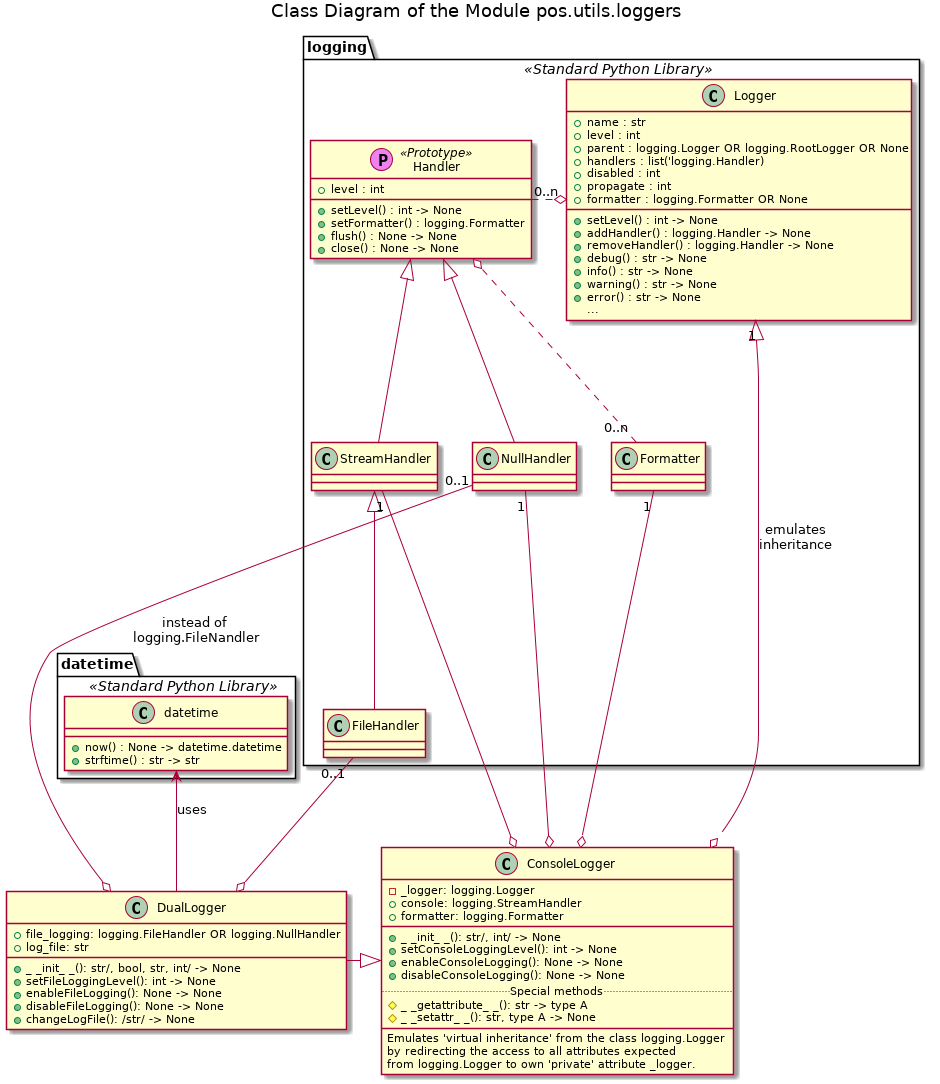
FooBarShebang/pos keeps this PlantUML diagram as Docs/UML/utils/loggers_py/loggers.py_Class_Diagram.png. Above is the earlier version. Its diagram source:
```plantuml
@startuml















title Class Diagram of the Module pos.utils.loggers


class ConsoleLogger {
    - _logger: logging.Logger
    + console: logging.StreamHandler
    + formatter: logging.Formatter
    __
    + _ _init_ _(): str/, int/ -> None
    + setConsoleLoggingLevel(): int -> None
    + enableConsoleLogging(): None -> None
    + disableConsoleLogging(): None -> None
    ..Special methods..
    # _ _getattribute_ _(): str -> type A
    # _ _setattr_ _(): str, type A -> None
    __
    Emulates 'virtual inheritance' from the class logging.Logger
    by redirecting the access to all attributes expected
    from logging.Logger to own 'private' attribute _logger.
}


class DualLogger {
    + file_logging: logging.FileHandler OR logging.NullHandler
    + log_file: str
    __
    + _ _init_ _(): str/, bool, str, int/ -> None
    + setFileLoggingLevel(): int -> None
    + enableFileLogging(): None -> None
    + disableFileLogging(): None -> None
    + changeLogFile(): /str/ -> None
}

namespace datetime <<Standard Python Library>> {
    class "datetime" as DT {
        ___
       + now() : None -> datetime.datetime
       + strftime() : str -> str
    }
}

namespace logging <<Standard Python Library>> {
    class Formatter

    class Handler <<(P, violet) Prototype>> {
    + level : int
    ___
    + setLevel() : int -> None
    + setFormatter() : logging.Formatter
    + flush() : None -> None
    + close() : None -> None
    }

    Handler o.. "0..n" Formatter

    class Logger {
     + name : str
     + level : int
     + parent : logging.Logger OR logging.RootLogger OR None
     {field} + handlers : list('logging.Handler)
     + disabled : int
     + propagate : int
     + formatter : logging.Formatter OR None
     ___
     + setLevel() : int -> None
     + addHandler() : logging.Handler -> None
     + removeHandler() : logging.Handler -> None
     + debug() : str -> None
     + info() : str -> None
     + warning() : str -> None
     + error() : str -> None
     ...
    }

    Handler "0..n" .o Logger

    class NullHandler

    Handler <|-- NullHandler

    class StreamHandler

    Handler <|-- StreamHandler

    StreamHandler -[hidden]right NullHandler

    class FileHandler

    Logger -[hidden]- Formatter

    NullHandler -[hidden]right Formatter

    StreamHandler <|-- FileHandler
  }

logging.FileHandler "0..1" --o DualLogger

logging.StreamHandler "1" --o ConsoleLogger

logging.NullHandler "1" --o ConsoleLogger

logging.Logger "1" <|--o ConsoleLogger : emulates\ninheritance

DualLogger -|> ConsoleLogger

logging.Formatter "1" --o ConsoleLogger

datetime.DT <-- DualLogger : uses

datetime.DT -[hidden] logging.FileHandler

logging.NullHandler "0..1" --o DualLogger : instead of\nlogging.FileNandler

@enduml
```
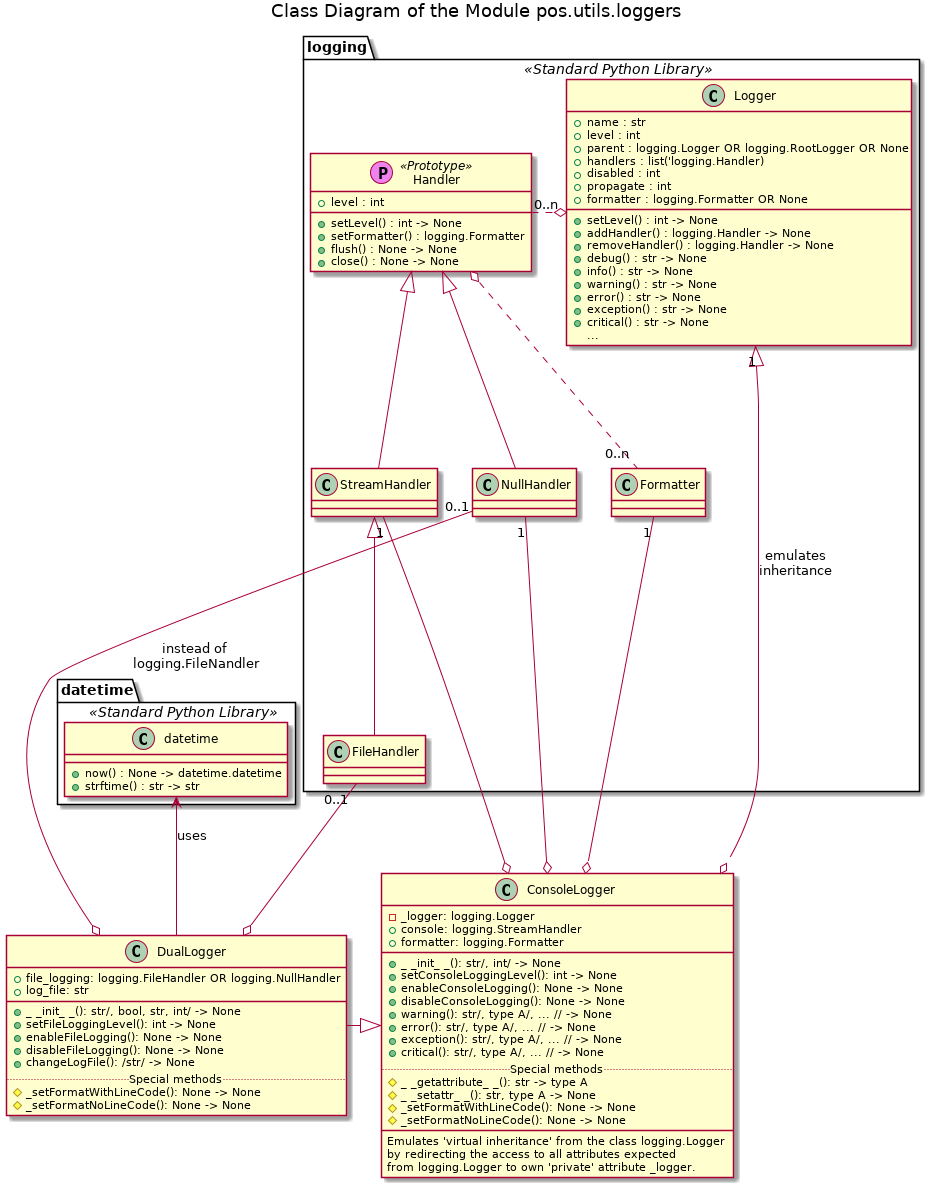
Later version of the same file.

Diff of the diagram source:
```diff
@@ -26,9 +26,15 @@
     + setConsoleLoggingLevel(): int -> None
     + enableConsoleLogging(): None -> None
     + disableConsoleLogging(): None -> None
+    + warning(): str/, type A/, ... // -> None
+    + error(): str/, type A/, ... // -> None
+    + exception(): str/, type A/, ... // -> None
+    + critical(): str/, type A/, ... // -> None
     ..Special methods..
     # _ _getattribute_ _(): str -> type A
     # _ _setattr_ _(): str, type A -> None
+    # _setFormatWithLineCode(): None -> None
+    # _setFormatNoLineCode(): None -> None
     __
     Emulates 'virtual inheritance' from the class logging.Logger
     by redirecting the access to all attributes expected
@@ -45,6 +51,9 @@
     + enableFileLogging(): None -> None
     + disableFileLogging(): None -> None
     + changeLogFile(): /str/ -> None
+    ..Special methods..
+    # _setFormatWithLineCode(): None -> None
+    # _setFormatNoLineCode(): None -> None
 }
 
 namespace datetime <<Standard Python Library>> {
@@ -85,6 +94,8 @@
      + info() : str -> None
      + warning() : str -> None
      + error() : str -> None
+     + exception() : str -> None
+     + critical() : str -> None
      ...
     }
 
```
